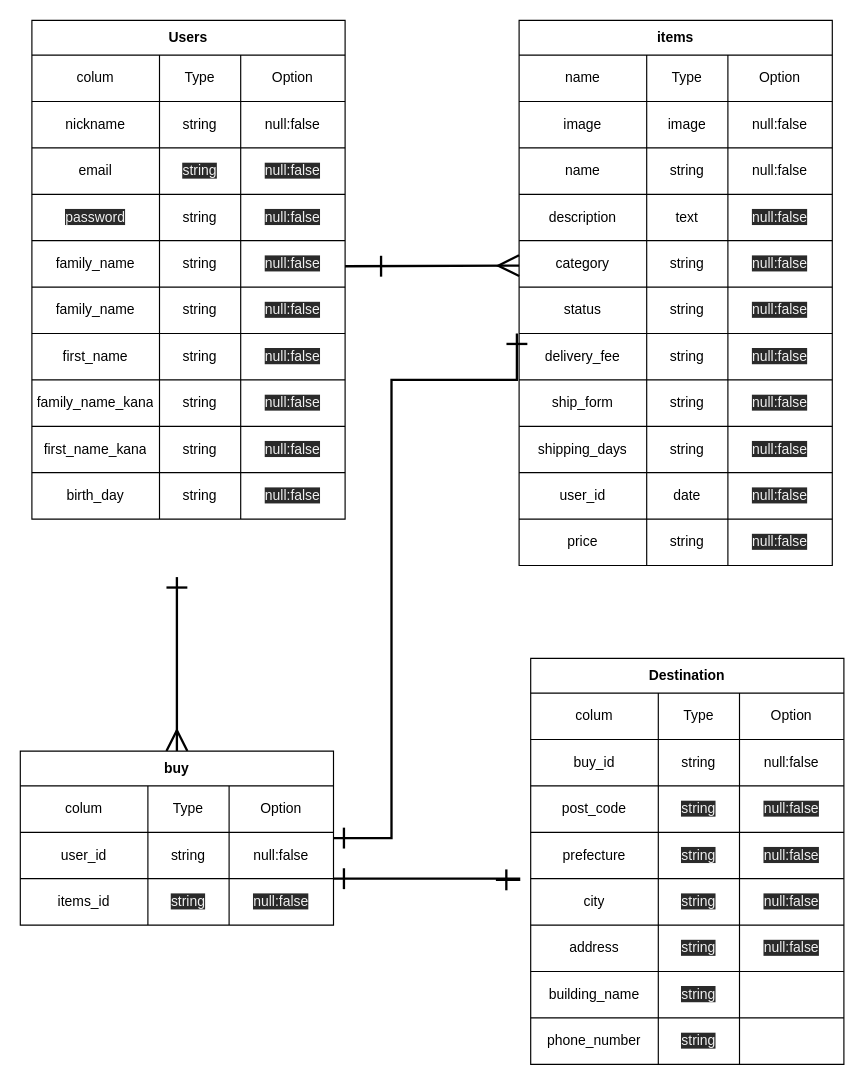
Above: app/views/furima.dio in ko614/furima-32485 (draw.io), before the change. Source tidied: cells renumbered, new cells numbered last; positions are measured from the earlier drawing's top-left corner, leaving out a move shared by most shapes. Both pictures are drawn from the tidied source at 116%, with x=0, y=0 at pixel (20, 20).
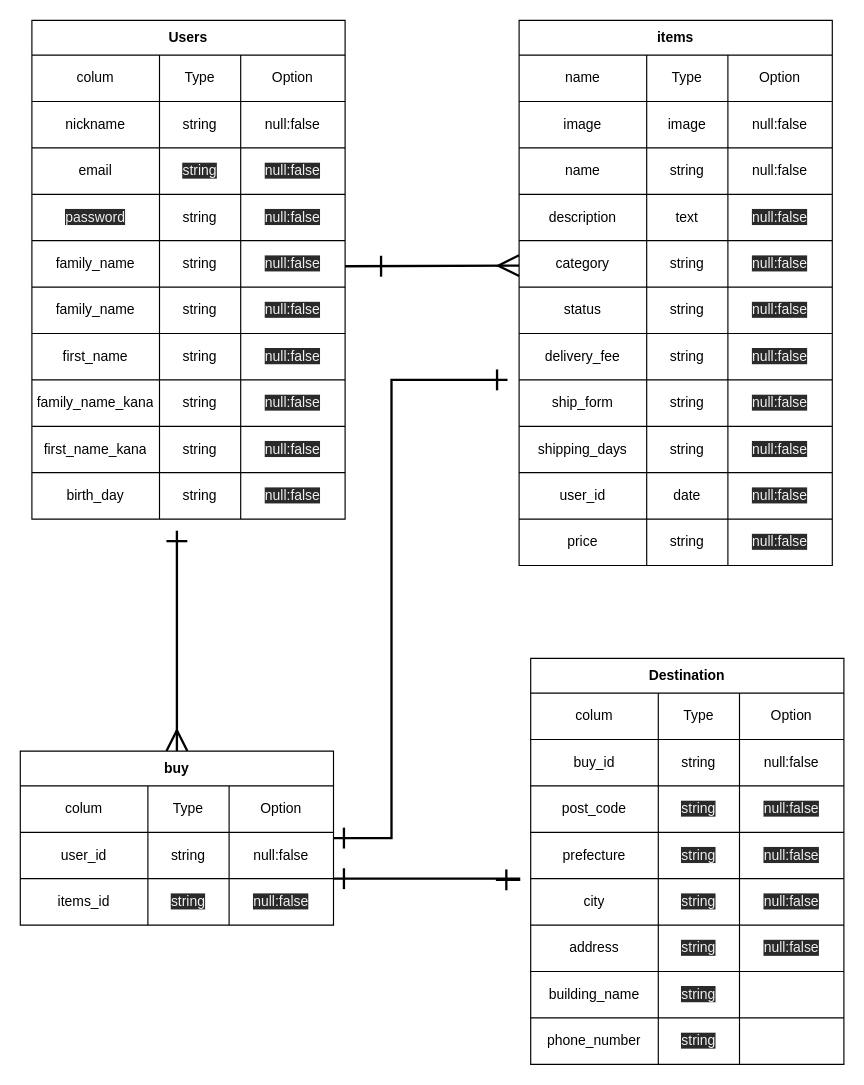
The same page after the edit.

The change refers to these unchanged cells:
```xml
<mxCell id="69" style="shape=partialRectangle;html=1;whiteSpace=wrap;fillColor=none;top=0;left=0;bottom=0;right=0;points=[[0,0.5],[1,0.5]];portConstraint=eastwest;" parent="44" vertex="1">
  <mxGeometry y="270" width="270" height="40" as="geometry" />
</mxCell>
<mxCell id="91" value="buy" style="shape=table;html=1;whiteSpace=wrap;startSize=30;childLayout=tableLayout;fontStyle=1;align=center;" parent="1" vertex="1">
  <mxGeometry y="630" width="270" height="150" as="geometry" />
</mxCell>
```

Diff of the diagram source:
```diff
@@
     <mxCell id="89" style="edgeStyle=orthogonalEdgeStyle;rounded=0;jettySize=auto;html=1;startArrow=ERmany;startFill=0;startSize=15;endArrow=ERone;endFill=0;endSize=15;strokeWidth=2;" parent="1" edge="1" source="91">
       <mxGeometry relative="1" as="geometry">
-        <mxPoint x="135" y="480" as="targetPoint" />
+        <mxPoint x="135" y="440" as="targetPoint" />
       </mxGeometry>
     </mxCell>
-    <mxCell id="90" style="edgeStyle=orthogonalEdgeStyle;rounded=0;jettySize=auto;html=1;startArrow=ERone;startFill=0;startSize=15;endArrow=ERone;endFill=0;endSize=15;strokeWidth=2;entryX=-0.007;entryY=0;entryDx=0;entryDy=0;entryPerimeter=0;" parent="1" edge="1" source="91" target="69">
+    <mxCell id="90" style="edgeStyle=orthogonalEdgeStyle;rounded=0;jettySize=auto;html=1;startArrow=ERone;startFill=0;startSize=15;endArrow=ERone;endFill=0;endSize=15;strokeWidth=2;" parent="1" edge="1" source="91">
       <mxGeometry relative="1" as="geometry">
+        <mxPoint x="420" y="310" as="targetPoint" />
         <Array as="points">
           <mxPoint x="320" y="705" />
           <mxPoint x="320" y="310" />
         </Array>
       </mxGeometry>
     </mxCell>
```
